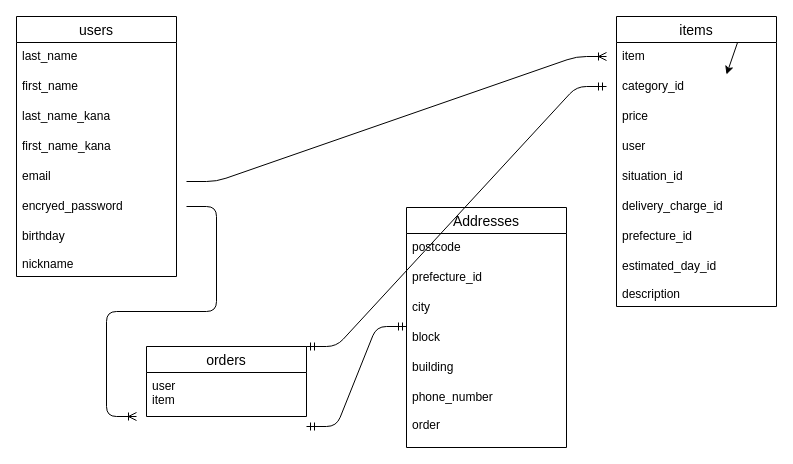
Above: test.dio in ri0629/furima-39484 (draw.io), before the change. Source tidied: cells renumbered, new cells numbered last; positions are measured from the earlier drawing's top-left corner, leaving out a move shared by most shapes. Both pictures are drawn from the tidied source at 100%, with x=0, y=0 at pixel (16, 16).
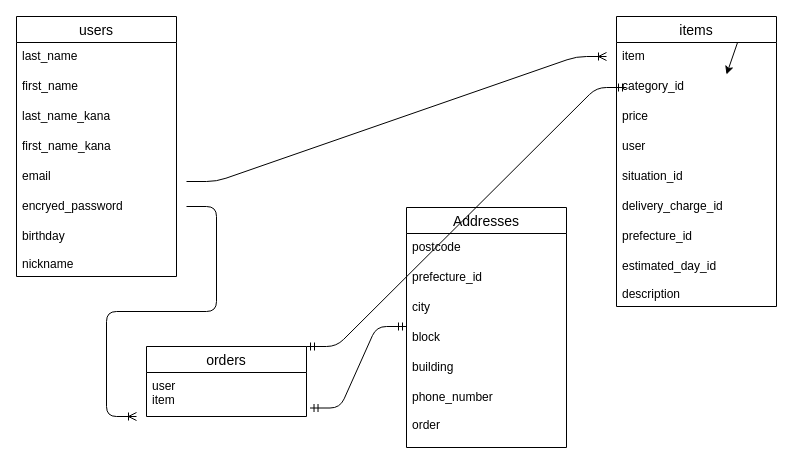
Above is the later version.

Unchanged cells that the change refers to:
```xml
<mxCell id="20" value="orders" style="swimlane;fontStyle=0;horizontal=1;startSize=26;align=center;fontSize=14;" parent="1" vertex="1">
  <mxGeometry x="130" y="330" width="160" height="70" as="geometry" />
</mxCell>
<mxCell id="21" value="user&#10;item" style="text;strokeColor=none;fillColor=none;spacingLeft=4;spacingRight=4;overflow=hidden;points=[[0,0.5],[1,0.5]];portConstraint=eastwest;fontSize=12;" parent="20" vertex="1">
  <mxGeometry y="26" width="160" height="44" as="geometry" />
</mxCell>
```

Change to the diagram source:
```diff
@@
     <mxCell id="31" style="edgeStyle=entityRelationEdgeStyle;fontSize=12;html=1;endArrow=ERmandOne;startArrow=ERmandOne;exitX=1;exitY=0;exitDx=0;exitDy=0;" parent="1" edge="1" source="20">
       <mxGeometry relative="1" as="geometry">
-        <mxPoint x="590" y="70" as="targetPoint" />
+        <mxPoint x="610" y="71" as="targetPoint" />
       </mxGeometry>
     </mxCell>
-    <mxCell id="32" style="edgeStyle=entityRelationEdgeStyle;fontSize=12;html=1;endArrow=ERmandOne;startArrow=ERmandOne;" parent="1" edge="1">
+    <mxCell id="32" style="edgeStyle=entityRelationEdgeStyle;fontSize=12;html=1;endArrow=ERmandOne;startArrow=ERmandOne;exitX=1.022;exitY=0.807;exitDx=0;exitDy=0;exitPerimeter=0;" parent="1" edge="1" source="21">
       <mxGeometry relative="1" as="geometry">
-        <mxPoint x="290" y="410" as="sourcePoint" />
         <mxPoint x="390" y="310" as="targetPoint" />
       </mxGeometry>
     </mxCell>
```
